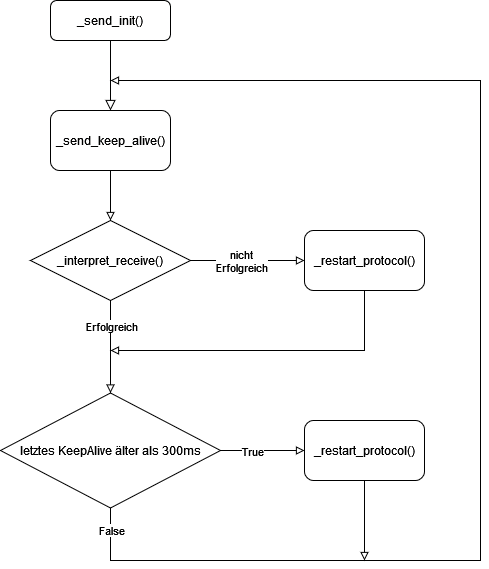
This is figures/Softwarearchitektur_ESP32/NodeHandleAblauf.png from maxdoesch/Roboterformation_Dokumentation, a draw.io export, as it was before one commit. Source tidied: cells renumbered, new cells last; positions are measured from the earlier drawing's top-left corner, leaving out a move shared by most shapes.
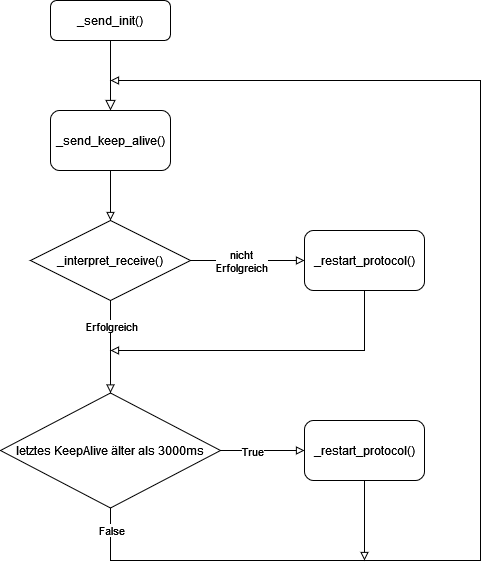
Later version of the same file.

The edit, as a diff of the source:
```diff
@@ -56,7 +56,7 @@
     <mxCell id="14" value="False" style="edgeLabel;html=1;align=center;verticalAlign=middle;" parent="13" vertex="1">
       <mxGeometry x="-0.97" relative="1" as="geometry" />
     </mxCell>
-    <mxCell id="15" value="letztes KeepAlive älter als 300ms" style="rhombus;whiteSpace=wrap;html=1;" parent="1" vertex="1">
+    <mxCell id="15" value="letztes KeepAlive älter als 3000ms" style="rhombus;whiteSpace=wrap;html=1;" parent="1" vertex="1">
       <mxGeometry y="392.5" width="220" height="115" as="geometry" />
     </mxCell>
     <mxCell id="16" style="edgeStyle=orthogonalEdgeStyle;rounded=0;jettySize=auto;html=1;endArrow=block;endFill=0;exitX=0.5;exitY=1;exitDx=0;exitDy=0;" parent="1" edge="1" source="17">
```
